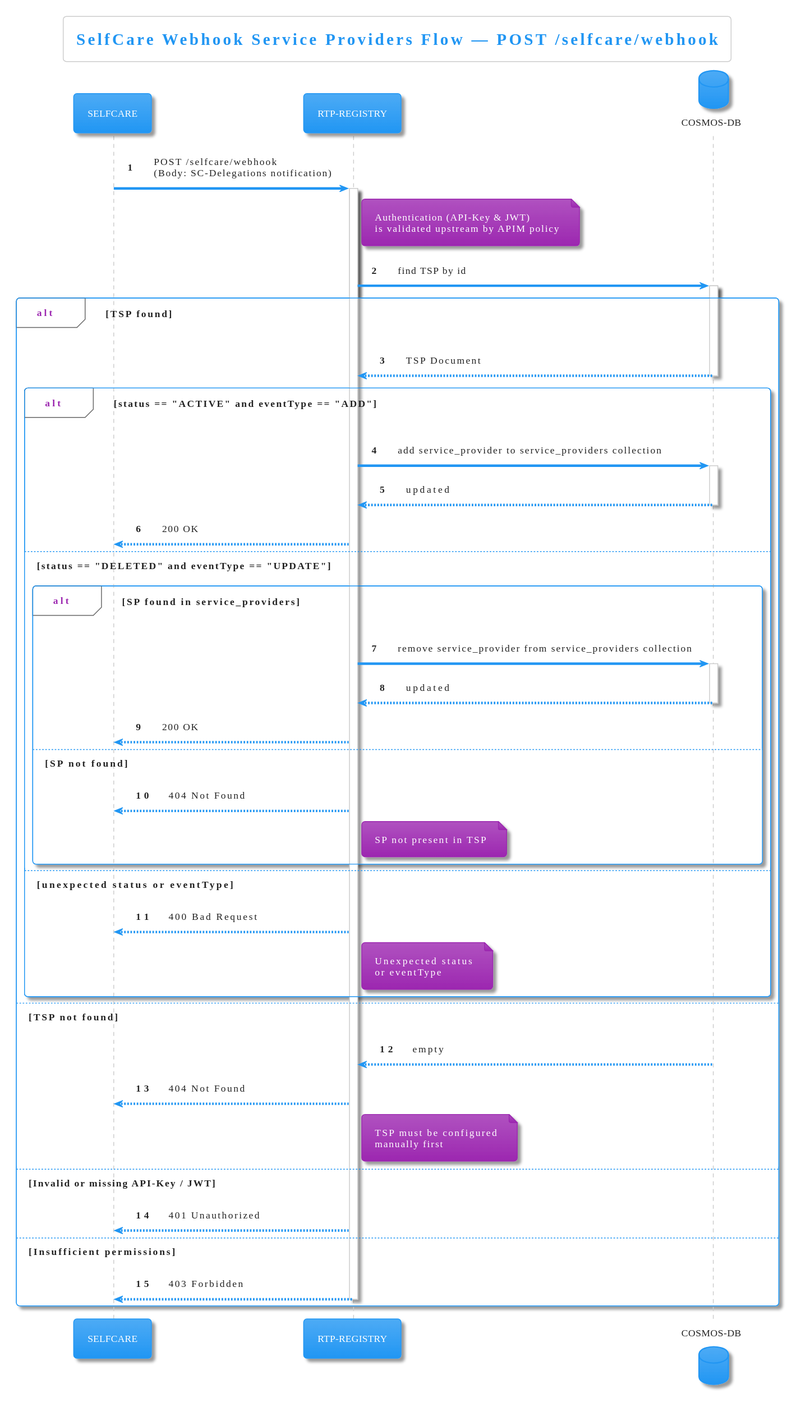
Earlier version of the PlantUML export diagrams/selfcare-service-providers-webhook.svg (pagopa/rtp-docs).
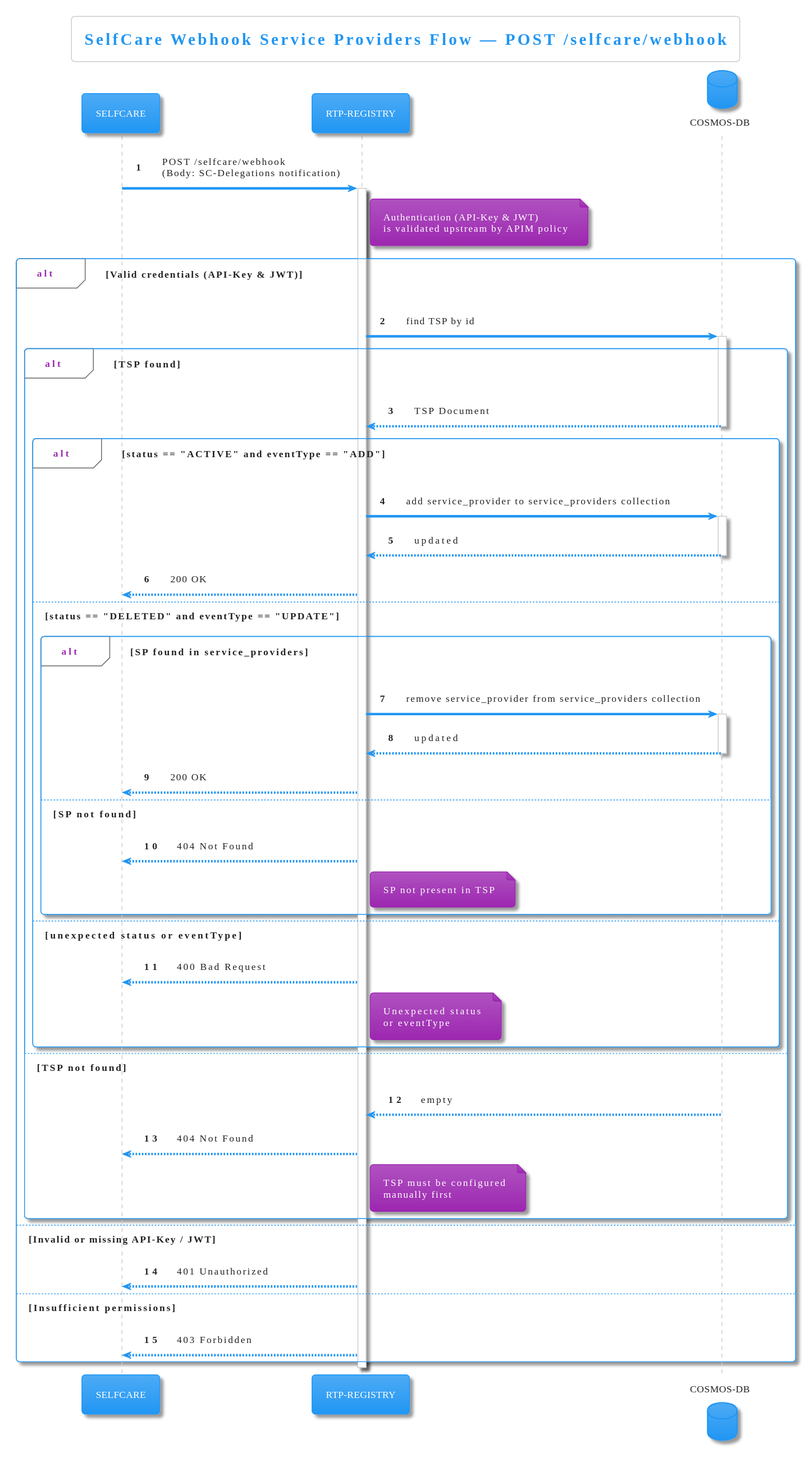
After the commit.

The edit, as a diff of the source:
```diff
@@ -16,57 +16,60 @@
 end note
 activate REG
 
-REG -> DB: find TSP by id
-activate DB
+alt Valid credentials (API-Key & JWT)
+    REG -> DB: find TSP by id
+    activate DB
 
-alt TSP found
-    DB --> REG: TSP Document
-    deactivate DB
+    alt TSP found
+        DB --> REG: TSP Document
+        deactivate DB
 
-    alt status == "ACTIVE" and eventType == "ADD"
-        REG -> DB: add service_provider to service_providers collection
-        activate DB
-        DB --> REG: updated
-        deactivate DB
-        REG --> SC: 200 OK
-
-    else status == "DELETED" and eventType == "UPDATE"
-        alt SP found in service_providers
-            REG -> DB: remove service_provider from service_providers collection
+        alt status == "ACTIVE" and eventType == "ADD"
+            REG -> DB: add service_provider to service_providers collection
             activate DB
             DB --> REG: updated
             deactivate DB
             REG --> SC: 200 OK
-        else SP not found
-            REG --> SC: 404 Not Found
+
+        else status == "DELETED" and eventType == "UPDATE"
+            alt SP found in service_providers
+                REG -> DB: remove service_provider from service_providers collection
+                activate DB
+                DB --> REG: updated
+                deactivate DB
+                REG --> SC: 200 OK
+            else SP not found
+                REG --> SC: 404 Not Found
+                note right of REG
+                  SP not present in TSP
+                end note
+            end
+
+        else unexpected status or eventType
+            REG --> SC: 400 Bad Request
             note right of REG
-              SP not present in TSP
+              Unexpected status
+              or eventType
             end note
         end
 
-    else unexpected status or eventType
-        REG --> SC: 400 Bad Request
+    else TSP not found
+        DB --> REG: empty
+        deactivate DB
+        REG --> SC: 404 Not Found
         note right of REG
-          Unexpected status
-          or eventType
+          TSP must be configured
+          manually first
         end note
     end
-
-else TSP not found
-    DB --> REG: empty
-    deactivate DB
-    REG --> SC: 404 Not Found
-    note right of REG
-      TSP must be configured
-      manually first
-    end note
 
 else Invalid or missing API-Key / JWT
     REG --> SC: 401 Unauthorized
 
 else Insufficient permissions
     REG --> SC: 403 Forbidden
-    deactivate REG
 
 end
+
+deactivate REG
 @enduml
```
